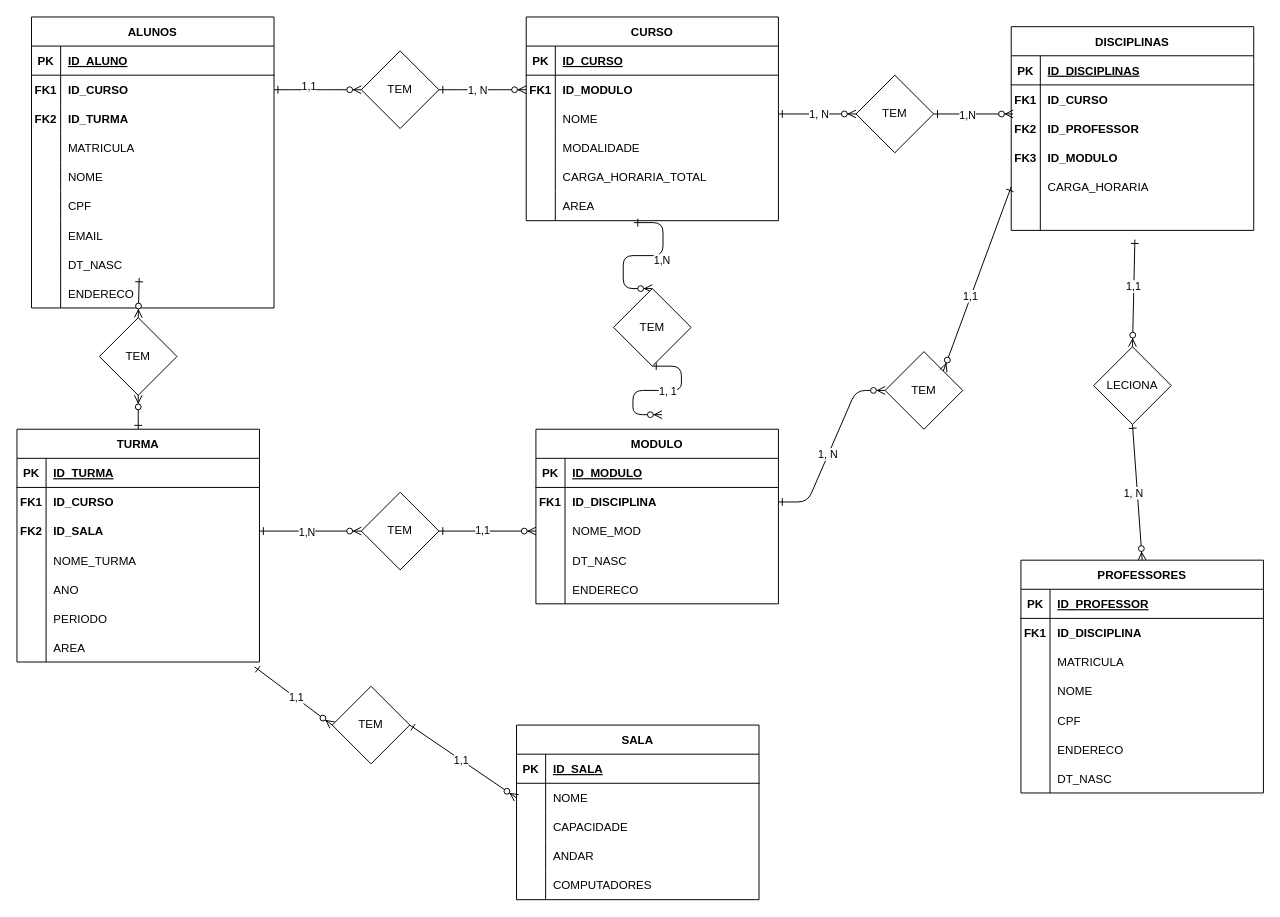
adrianopspadilha/BDR-W keeps this draw.io diagram as Diagrama sem nome.drawio. Above is the earlier version. Source tidied: cells renumbered, new cells numbered last; positions are measured from the earlier drawing's top-left corner, leaving out a move shared by most shapes. Both pictures are drawn from the tidied source at 97%, with x=0, y=0 at pixel (16, 16).
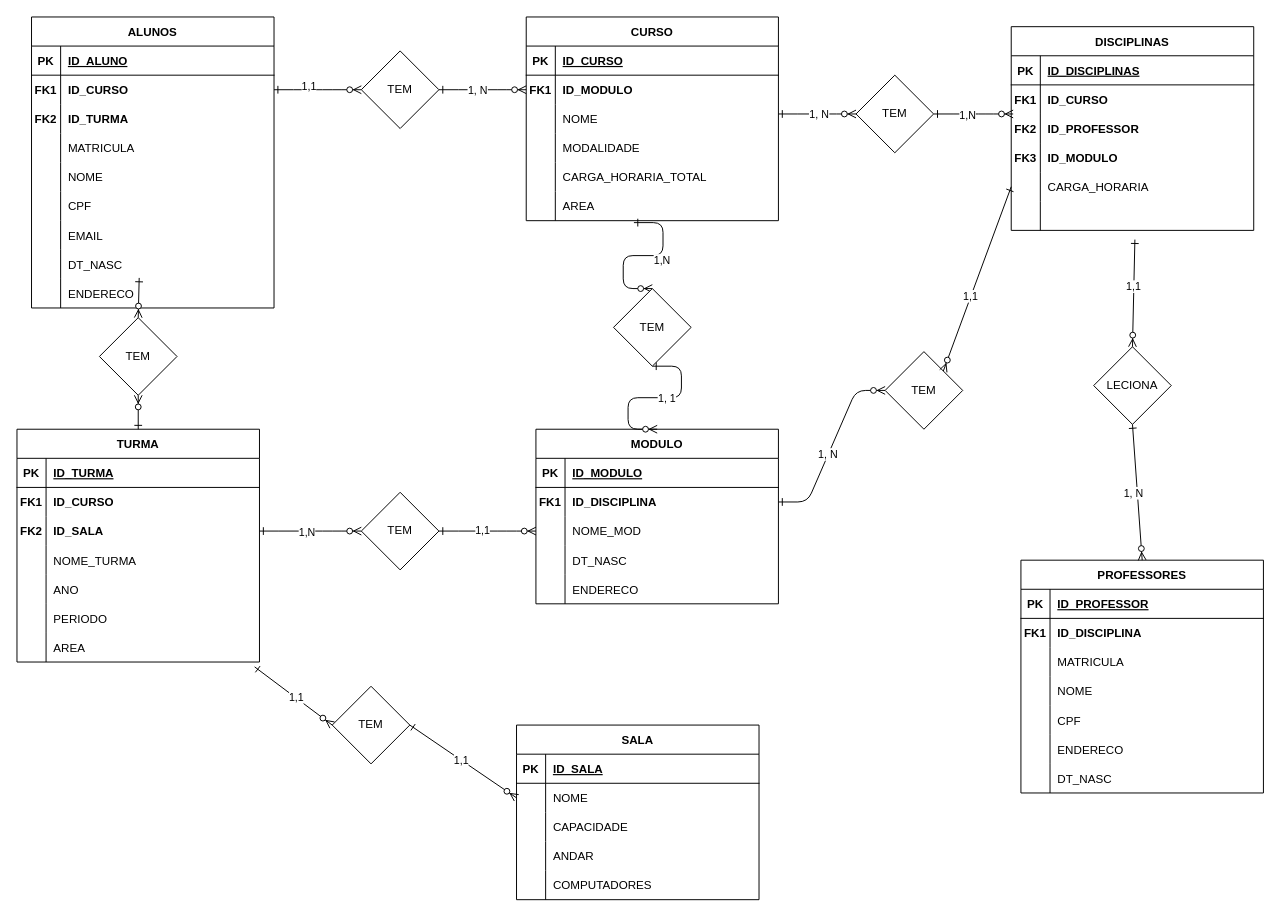
The same page after the edit.

Commit message:
atualizacao midday 2

Unchanged cells that the change refers to:
```xml
<mxCell id="72" value="MODULO" style="shape=table;startSize=30;childLayout=tableLayout;rowLines=0;fontStyle=1;align=center;" parent="1" vertex="1">
  <mxGeometry x="535" y="425" width="250" height="180" as="geometry" />
</mxCell>
<mxCell id="183" value="TEM" style="rhombus;whiteSpace=wrap;html=1;" parent="1" vertex="1">
  <mxGeometry x="615" y="280" width="80" height="80" as="geometry" />
</mxCell>
```

Change to the diagram source:
```diff
@@
-    <mxCell id="179" style="edgeStyle=entityRelationEdgeStyle;endArrow=ERzeroToMany;startArrow=ERone;endFill=1;startFill=0;exitX=0.5;exitY=1;exitDx=0;exitDy=0;" parent="1" edge="1" source="183">
+    <mxCell id="179" style="edgeStyle=entityRelationEdgeStyle;endArrow=ERzeroToMany;startArrow=ERone;endFill=1;startFill=0;exitX=0.5;exitY=1;exitDx=0;exitDy=0;entryX=0.5;entryY=0;entryDx=0;entryDy=0;" parent="1" edge="1" source="183" target="72">
       <mxGeometry relative="1" as="geometry">
-        <mxPoint x="665" y="410" as="targetPoint" />
         <Array as="points">
           <mxPoint x="620" y="275" />
         </Array>
       </mxGeometry>
     </mxCell>
```
